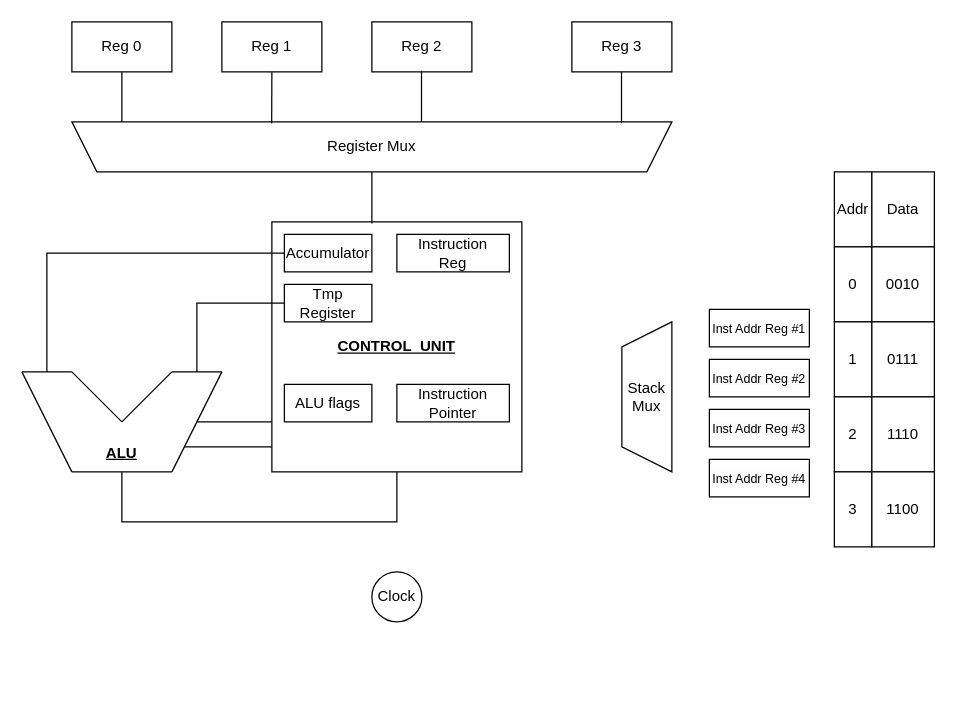
This is Untitled Diagram.drawio from raghunadh-111/nibbler-cpu-sv, a draw.io file, before an edit. Source tidied: cells renumbered, new cells numbered last; positions are measured from the earlier drawing's top-left corner, leaving out a move shared by most shapes. Both pictures are drawn from the tidied source at 125%, with x=0, y=0 at pixel (21, 21).
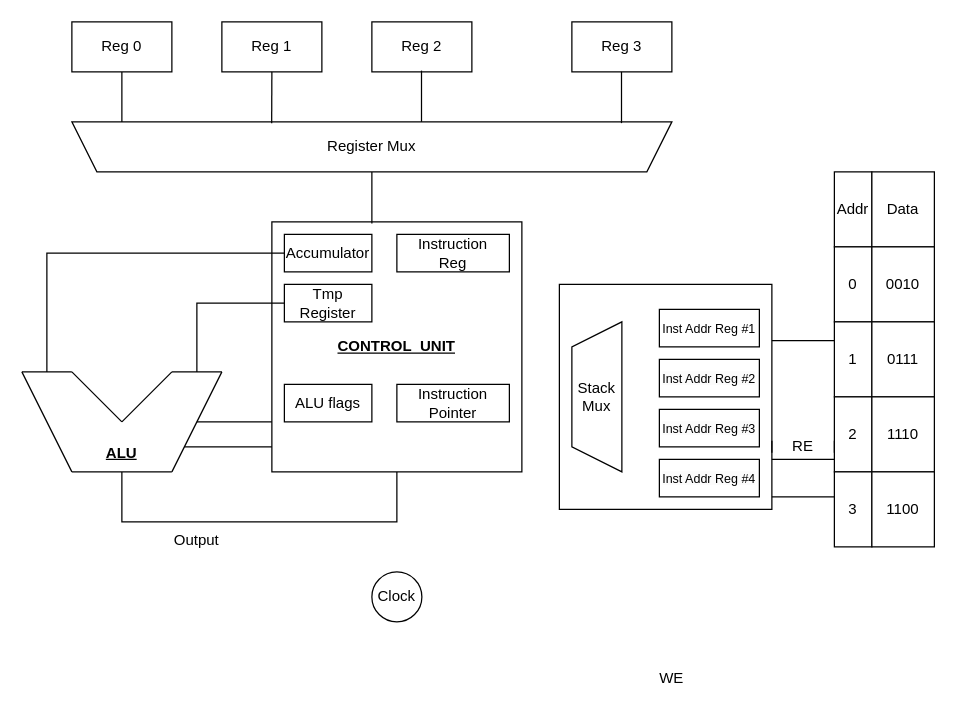
The same page after the edit.

Unchanged cells that the change refers to:
```xml
<mxCell id="27" value="1" style="rounded=0;whiteSpace=wrap;html=1;" parent="1" vertex="1">
  <mxGeometry x="650" y="240" width="30" height="60" as="geometry" />
</mxCell>
```

The edit, as a diff of the source:
```diff
@@
-    <mxCell id="17" value="Stack Mux" style="shape=trapezoid;perimeter=trapezoidPerimeter;whiteSpace=wrap;html=1;fixedSize=1;direction=north;" parent="1" vertex="1">
-      <mxGeometry x="480" y="240" width="40" height="120" as="geometry" />
-    </mxCell>
-    <mxCell id="18" value="&lt;font style=&quot;font-size: 10px;&quot;&gt;Inst Addr Reg #1&lt;/font&gt;" style="rounded=0;whiteSpace=wrap;html=1;" parent="1" vertex="1">
-      <mxGeometry x="550" y="230" width="80" height="30" as="geometry" />
-    </mxCell>
-    <mxCell id="19" value="&lt;br&gt;&lt;span style=&quot;color: rgb(0, 0, 0); font-family: Helvetica; font-size: 10px; font-style: normal; font-variant-ligatures: normal; font-variant-caps: normal; font-weight: 400; letter-spacing: normal; orphans: 2; text-align: center; text-indent: 0px; text-transform: none; widows: 2; word-spacing: 0px; -webkit-text-stroke-width: 0px; white-space: normal; background-color: rgb(251, 251, 251); text-decoration-thickness: initial; text-decoration-style: initial; text-decoration-color: initial; display: inline !important; float: none;&quot;&gt;Inst Addr Reg #2&lt;/span&gt;&lt;div&gt;&lt;br/&gt;&lt;/div&gt;" style="rounded=0;whiteSpace=wrap;html=1;" parent="1" vertex="1">
-      <mxGeometry x="550" y="270" width="80" height="30" as="geometry" />
-    </mxCell>
-    <mxCell id="20" value="&lt;br&gt;&lt;span style=&quot;color: rgb(0, 0, 0); font-family: Helvetica; font-size: 10px; font-style: normal; font-variant-ligatures: normal; font-variant-caps: normal; font-weight: 400; letter-spacing: normal; orphans: 2; text-align: center; text-indent: 0px; text-transform: none; widows: 2; word-spacing: 0px; -webkit-text-stroke-width: 0px; white-space: normal; background-color: rgb(251, 251, 251); text-decoration-thickness: initial; text-decoration-style: initial; text-decoration-color: initial; display: inline !important; float: none;&quot;&gt;Inst Addr Reg #3&lt;/span&gt;&lt;div&gt;&lt;br/&gt;&lt;/div&gt;" style="rounded=0;whiteSpace=wrap;html=1;" parent="1" vertex="1">
-      <mxGeometry x="550" y="310" width="80" height="30" as="geometry" />
-    </mxCell>
-    <mxCell id="21" value="&lt;br&gt;&lt;span style=&quot;color: rgb(0, 0, 0); font-family: Helvetica; font-size: 10px; font-style: normal; font-variant-ligatures: normal; font-variant-caps: normal; font-weight: 400; letter-spacing: normal; orphans: 2; text-align: center; text-indent: 0px; text-transform: none; widows: 2; word-spacing: 0px; -webkit-text-stroke-width: 0px; white-space: normal; background-color: rgb(251, 251, 251); text-decoration-thickness: initial; text-decoration-style: initial; text-decoration-color: initial; display: inline !important; float: none;&quot;&gt;Inst Addr Reg #4&lt;/span&gt;&lt;div&gt;&lt;br/&gt;&lt;/div&gt;" style="rounded=0;whiteSpace=wrap;html=1;" parent="1" vertex="1">
-      <mxGeometry x="550" y="350" width="80" height="30" as="geometry" />
-    </mxCell>
@@
+    <mxCell id="47" value="Output" style="text;html=1;align=center;verticalAlign=middle;whiteSpace=wrap;rounded=0;" parent="1" vertex="1">
+      <mxGeometry x="110" y="400" width="60" height="30" as="geometry" />
+    </mxCell>
+    <mxCell id="48" style="group;" parent="1" vertex="1">
+      <mxGeometry x="440" y="230" width="160" height="160" as="geometry" />
+    </mxCell>
+    <mxCell id="49" style="rounded=0;whiteSpace=wrap;html=1;" parent="48" vertex="1">
+      <mxGeometry x="-10" y="-20" width="170" height="180" as="geometry" />
+    </mxCell>
+    <mxCell id="17" value="Stack Mux" style="shape=trapezoid;perimeter=trapezoidPerimeter;whiteSpace=wrap;html=1;fixedSize=1;direction=north;" parent="48" vertex="1">
+      <mxGeometry y="10" width="40" height="120" as="geometry" />
+    </mxCell>
+    <mxCell id="18" value="&lt;font style=&quot;font-size: 10px;&quot;&gt;Inst Addr Reg #1&lt;/font&gt;" style="rounded=0;whiteSpace=wrap;html=1;" parent="48" vertex="1">
+      <mxGeometry x="70" width="80" height="30" as="geometry" />
+    </mxCell>
+    <mxCell id="19" value="&lt;br&gt;&lt;span style=&quot;color: rgb(0, 0, 0); font-family: Helvetica; font-size: 10px; font-style: normal; font-variant-ligatures: normal; font-variant-caps: normal; font-weight: 400; letter-spacing: normal; orphans: 2; text-align: center; text-indent: 0px; text-transform: none; widows: 2; word-spacing: 0px; -webkit-text-stroke-width: 0px; white-space: normal; background-color: rgb(251, 251, 251); text-decoration-thickness: initial; text-decoration-style: initial; text-decoration-color: initial; display: inline !important; float: none;&quot;&gt;Inst Addr Reg #2&lt;/span&gt;&lt;div&gt;&lt;br/&gt;&lt;/div&gt;" style="rounded=0;whiteSpace=wrap;html=1;" parent="48" vertex="1">
+      <mxGeometry x="70" y="40" width="80" height="30" as="geometry" />
+    </mxCell>
+    <mxCell id="20" value="&lt;br&gt;&lt;span style=&quot;color: rgb(0, 0, 0); font-family: Helvetica; font-size: 10px; font-style: normal; font-variant-ligatures: normal; font-variant-caps: normal; font-weight: 400; letter-spacing: normal; orphans: 2; text-align: center; text-indent: 0px; text-transform: none; widows: 2; word-spacing: 0px; -webkit-text-stroke-width: 0px; white-space: normal; background-color: rgb(251, 251, 251); text-decoration-thickness: initial; text-decoration-style: initial; text-decoration-color: initial; display: inline !important; float: none;&quot;&gt;Inst Addr Reg #3&lt;/span&gt;&lt;div&gt;&lt;br/&gt;&lt;/div&gt;" style="rounded=0;whiteSpace=wrap;html=1;" parent="48" vertex="1">
+      <mxGeometry x="70" y="80" width="80" height="30" as="geometry" />
+    </mxCell>
+    <mxCell id="21" value="&lt;br&gt;&lt;span style=&quot;color: rgb(0, 0, 0); font-family: Helvetica; font-size: 10px; font-style: normal; font-variant-ligatures: normal; font-variant-caps: normal; font-weight: 400; letter-spacing: normal; orphans: 2; text-align: center; text-indent: 0px; text-transform: none; widows: 2; word-spacing: 0px; -webkit-text-stroke-width: 0px; white-space: normal; background-color: rgb(251, 251, 251); text-decoration-thickness: initial; text-decoration-style: initial; text-decoration-color: initial; display: inline !important; float: none;&quot;&gt;Inst Addr Reg #4&lt;/span&gt;&lt;div&gt;&lt;br/&gt;&lt;/div&gt;" style="rounded=0;whiteSpace=wrap;html=1;" parent="48" vertex="1">
+      <mxGeometry x="70" y="120" width="80" height="30" as="geometry" />
+    </mxCell>
+    <mxCell id="50" style="endArrow=none;html=1;rounded=0;exitX=1;exitY=0.25;exitDx=0;exitDy=0;entryX=0;entryY=0.25;entryDx=0;entryDy=0;" parent="1" edge="1" source="49" target="27">
+      <mxGeometry relative="1" as="geometry" />
+    </mxCell>
+    <mxCell id="51" style="endArrow=none;html=1;rounded=0;exitX=1;exitY=0.25;exitDx=0;exitDy=0;entryX=0;entryY=0.25;entryDx=0;entryDy=0;" parent="1" edge="1">
+      <mxGeometry relative="1" as="geometry">
+        <mxPoint x="600" y="380" as="sourcePoint" />
+        <mxPoint x="650" y="380" as="targetPoint" />
+      </mxGeometry>
+    </mxCell>
+    <mxCell id="52" style="endArrow=none;html=1;rounded=0;exitX=1;exitY=0.25;exitDx=0;exitDy=0;entryX=0;entryY=0.25;entryDx=0;entryDy=0;" parent="1" edge="1" source="55">
+      <mxGeometry relative="1" as="geometry">
+        <mxPoint x="650" y="344.6" as="targetPoint" />
+      </mxGeometry>
+    </mxCell>
+    <mxCell id="53" value="WE" style="text;html=1;align=center;verticalAlign=middle;whiteSpace=wrap;rounded=0;" parent="1" vertex="1">
+      <mxGeometry x="490" y="510" width="60" height="30" as="geometry" />
+    </mxCell>
+    <mxCell id="54" style="endArrow=none;html=1;rounded=0;exitX=1;exitY=0.25;exitDx=0;exitDy=0;entryX=0;entryY=0.25;entryDx=0;entryDy=0;" parent="1" edge="1" target="55">
+      <mxGeometry relative="1" as="geometry">
+        <mxPoint x="600" y="344.6" as="sourcePoint" />
+      </mxGeometry>
+    </mxCell>
+    <mxCell id="55" value="RE" style="text;html=1;align=center;verticalAlign=middle;whiteSpace=wrap;rounded=0;" parent="1" vertex="1">
+      <mxGeometry x="600" y="330" width="50" height="20" as="geometry" />
+    </mxCell>
+    <mxCell id="56" style="endArrow=none;html=1;rounded=0;exitX=1;exitY=0.25;exitDx=0;exitDy=0;entryX=0;entryY=0.25;entryDx=0;entryDy=0;" parent="1" edge="1">
+      <mxGeometry relative="1" as="geometry">
+        <mxPoint x="600" y="350" as="sourcePoint" />
+        <mxPoint x="650" y="350" as="targetPoint" />
+      </mxGeometry>
+    </mxCell>
```
